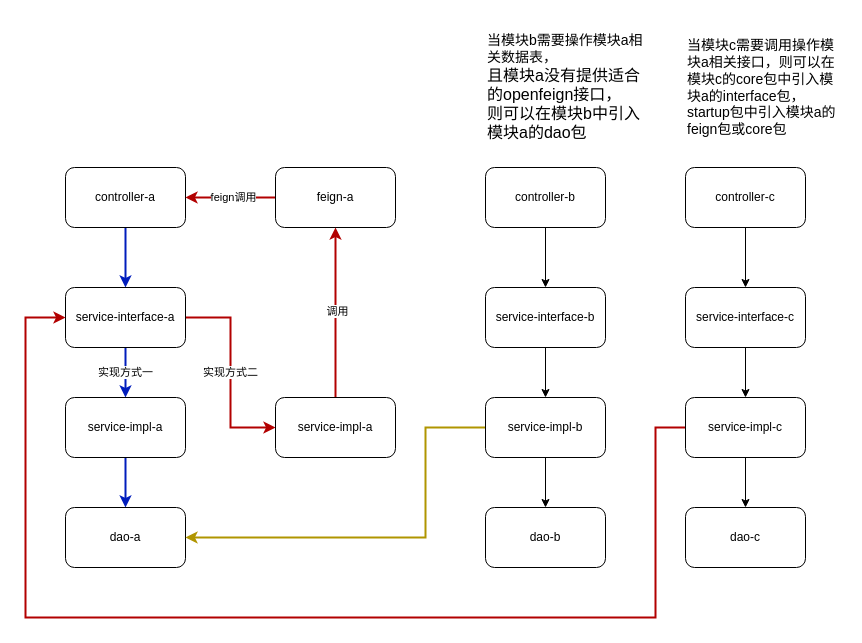
codeyunze/drawio keeps this draw.io diagram as 服务模块设计/微服务单模块分层设计（有内部扩展接口）-多模块案例版.drawio. Above is the earlier version. Source tidied: cells renumbered, new cells numbered last; positions are measured from the earlier drawing's top-left corner, leaving out a move shared by most shapes. Both pictures are drawn from the tidied source at 100%, with x=0, y=0 at pixel (25, 17).
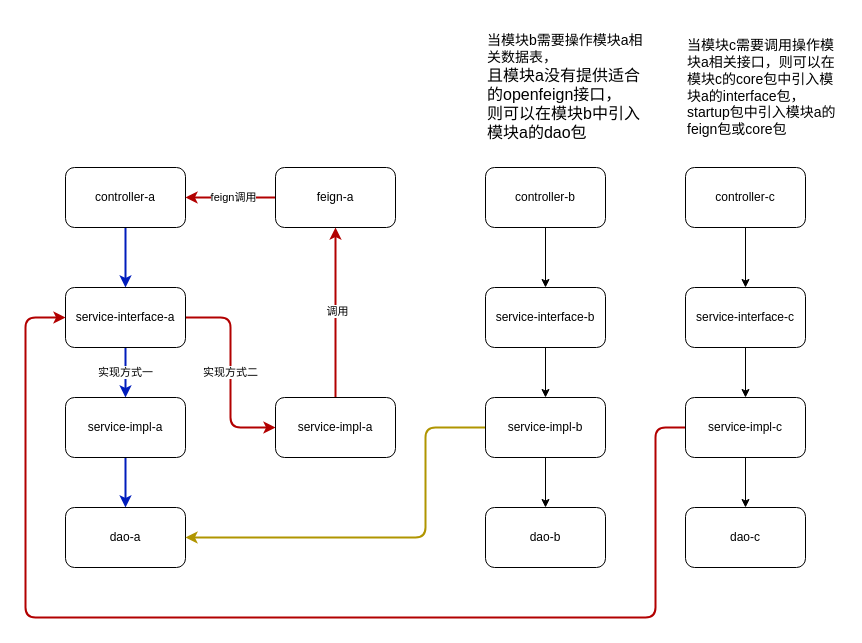
After the change.

Commit message:
更新微服务单模块分层设计（有内部扩展接口）-多模块案例版.drawio

Unchanged cells that the change refers to:
```xml
<mxCell id="6" value="&lt;span style=&quot;background-color: transparent; color: light-dark(rgb(0, 0, 0), rgb(255, 255, 255));&quot;&gt;service-&lt;/span&gt;&lt;span style=&quot;background-color: transparent; color: light-dark(rgb(0, 0, 0), rgb(255, 255, 255));&quot;&gt;interface-a&lt;/span&gt;" style="rounded=1;whiteSpace=wrap;html=1;" parent="1" vertex="1">
  <mxGeometry x="40" y="270" width="120" height="60" as="geometry" />
</mxCell>
<mxCell id="14" value="&lt;span style=&quot;background-color: transparent; color: light-dark(rgb(0, 0, 0), rgb(255, 255, 255));&quot;&gt;service-impl-a&lt;/span&gt;" style="rounded=1;whiteSpace=wrap;html=1;" parent="1" vertex="1">
  <mxGeometry x="250" y="380" width="120" height="60" as="geometry" />
</mxCell>
<mxCell id="15" value="&lt;span style=&quot;background-color: transparent; color: light-dark(rgb(0, 0, 0), rgb(255, 255, 255));&quot;&gt;dao-a&lt;/span&gt;" style="rounded=1;whiteSpace=wrap;html=1;" parent="1" vertex="1">
  <mxGeometry x="40" y="490" width="120" height="60" as="geometry" />
</mxCell>
<mxCell id="22" value="&lt;span style=&quot;background-color: transparent; color: light-dark(rgb(0, 0, 0), rgb(255, 255, 255));&quot;&gt;service-impl-b&lt;/span&gt;" style="rounded=1;whiteSpace=wrap;html=1;" parent="1" vertex="1">
  <mxGeometry x="460" y="380" width="120" height="60" as="geometry" />
</mxCell>
<mxCell id="30" value="&lt;span style=&quot;background-color: transparent; color: light-dark(rgb(0, 0, 0), rgb(255, 255, 255));&quot;&gt;service-impl-c&lt;/span&gt;" style="rounded=1;whiteSpace=wrap;html=1;" parent="1" vertex="1">
  <mxGeometry x="660" y="380" width="120" height="60" as="geometry" />
</mxCell>
```

Change to the diagram source:
```diff
@@
-    <mxCell id="5" value="实现方式二" style="edgeStyle=orthogonalEdgeStyle;rounded=0;jettySize=auto;html=1;exitX=1;exitY=0.5;exitDx=0;exitDy=0;entryX=0;entryY=0.5;entryDx=0;entryDy=0;fillColor=#e51400;strokeColor=#B20000;strokeWidth=2;" parent="1" edge="1" source="6" target="14">
+    <mxCell id="5" value="实现方式二" style="edgeStyle=orthogonalEdgeStyle;rounded=1;jettySize=auto;html=1;exitX=1;exitY=0.5;exitDx=0;exitDy=0;entryX=0;entryY=0.5;entryDx=0;entryDy=0;fillColor=#e51400;strokeColor=#B20000;strokeWidth=2;curved=0;" parent="1" edge="1" source="6" target="14">
       <mxGeometry relative="1" as="geometry" />
     </mxCell>
@@
-    <mxCell id="21" style="edgeStyle=orthogonalEdgeStyle;rounded=0;jettySize=auto;html=1;exitX=0;exitY=0.5;exitDx=0;exitDy=0;entryX=1;entryY=0.5;entryDx=0;entryDy=0;fillColor=#e3c800;strokeColor=#B09500;strokeWidth=2;" parent="1" edge="1" source="22" target="15">
+    <mxCell id="21" style="edgeStyle=orthogonalEdgeStyle;rounded=1;jettySize=auto;html=1;exitX=0;exitY=0.5;exitDx=0;exitDy=0;entryX=1;entryY=0.5;entryDx=0;entryDy=0;fillColor=#e3c800;strokeColor=#B09500;strokeWidth=2;curved=0;" parent="1" edge="1" source="22" target="15">
       <mxGeometry relative="1" as="geometry">
         <Array as="points">
           <mxPoint x="400" y="410" />
           <mxPoint x="400" y="520" />
         </Array>
       </mxGeometry>
     </mxCell>
@@
-    <mxCell id="29" style="edgeStyle=orthogonalEdgeStyle;rounded=0;jettySize=auto;html=1;exitX=0;exitY=0.5;exitDx=0;exitDy=0;entryX=0;entryY=0.5;entryDx=0;entryDy=0;fillColor=#e51400;strokeColor=#B20000;strokeWidth=2;" parent="1" edge="1" source="30" target="6">
+    <mxCell id="29" style="edgeStyle=orthogonalEdgeStyle;rounded=1;jettySize=auto;html=1;exitX=0;exitY=0.5;exitDx=0;exitDy=0;entryX=0;entryY=0.5;entryDx=0;entryDy=0;fillColor=#e51400;strokeColor=#B20000;strokeWidth=2;curved=0;" parent="1" edge="1" source="30" target="6">
       <mxGeometry relative="1" as="geometry">
         <Array as="points">
           <mxPoint x="630" y="410" />
           <mxPoint x="630" y="600" />
           <mxPoint y="600" />
           <mxPoint y="300" />
         </Array>
       </mxGeometry>
     </mxCell>
```
